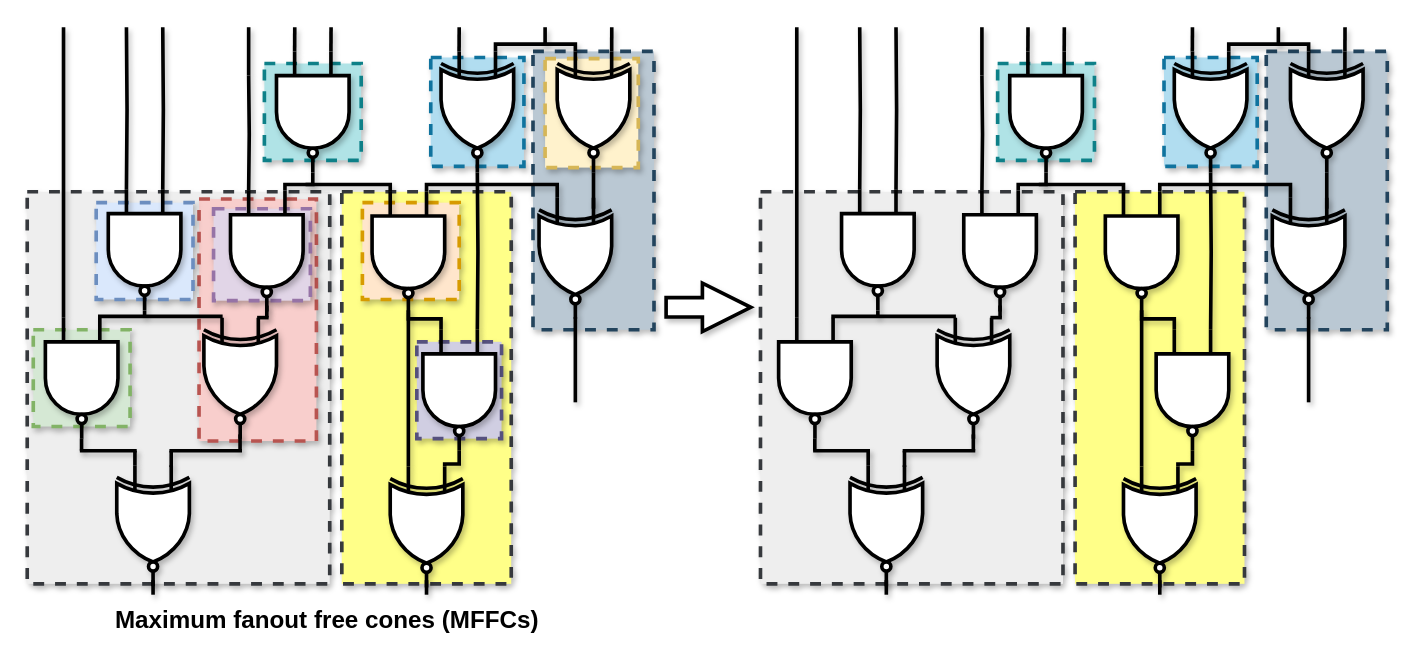
The draw.io diagram mffc.drawio in kxzhu0505/LogicSynOpt, before the edit. Source tidied: cells renumbered, new cells numbered last; positions are measured from the earlier drawing's top-left corner, leaving out a move shared by most shapes. Both pictures are drawn from the tidied source at 121%, with x=0, y=0 at pixel (27, 27).
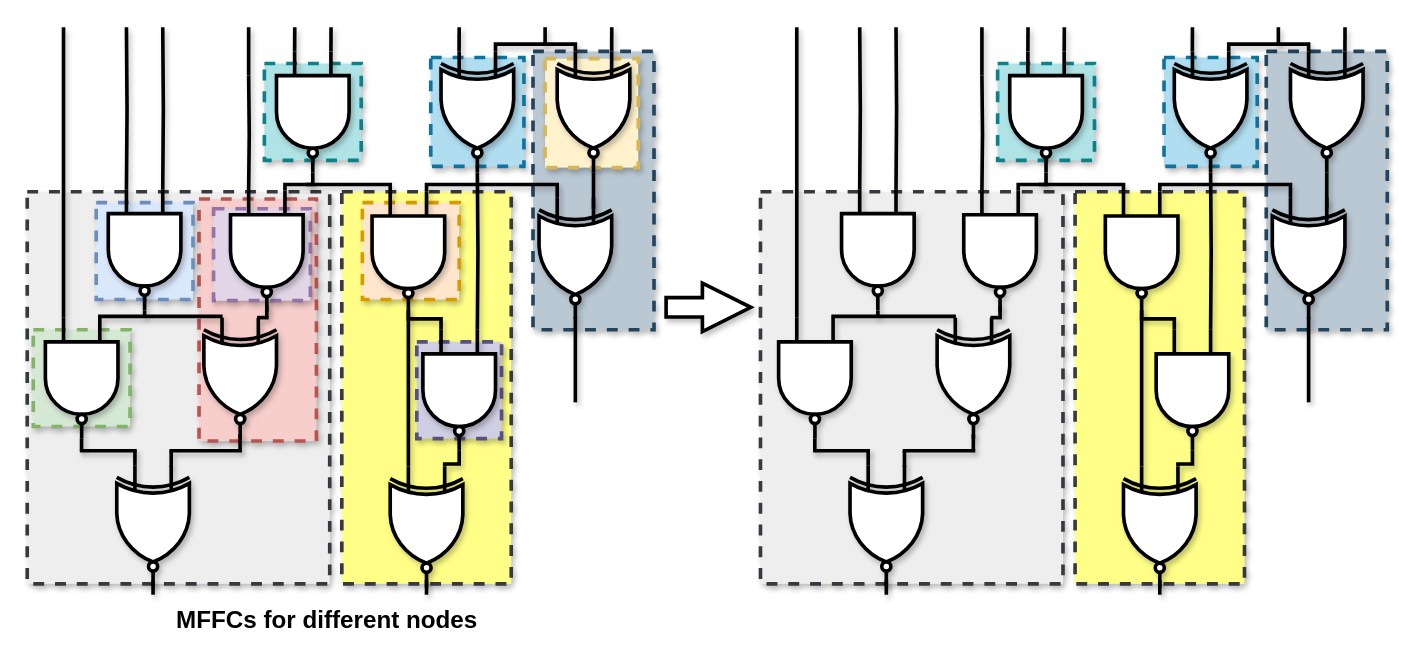
Above is the later version.

The edit, as a diff of the source:
```diff
@@
-    <mxCell id="110" value="&lt;font style=&quot;font-size: 20px;&quot;&gt;&lt;b&gt;Maximum fanout free cones (MFFCs)&lt;/b&gt;&lt;/font&gt;" style="text;html=1;align=center;verticalAlign=middle;whiteSpace=wrap;rounded=0;" parent="1" vertex="1">
+    <mxCell id="110" value="&lt;font style=&quot;font-size: 20px;&quot;&gt;&lt;b&gt;MFFCs for different nodes&lt;/b&gt;&lt;/font&gt;" style="text;html=1;align=center;verticalAlign=middle;whiteSpace=wrap;rounded=0;" parent="1" vertex="1">
       <mxGeometry x="35" y="474" width="426" height="30" as="geometry" />
     </mxCell>
```
